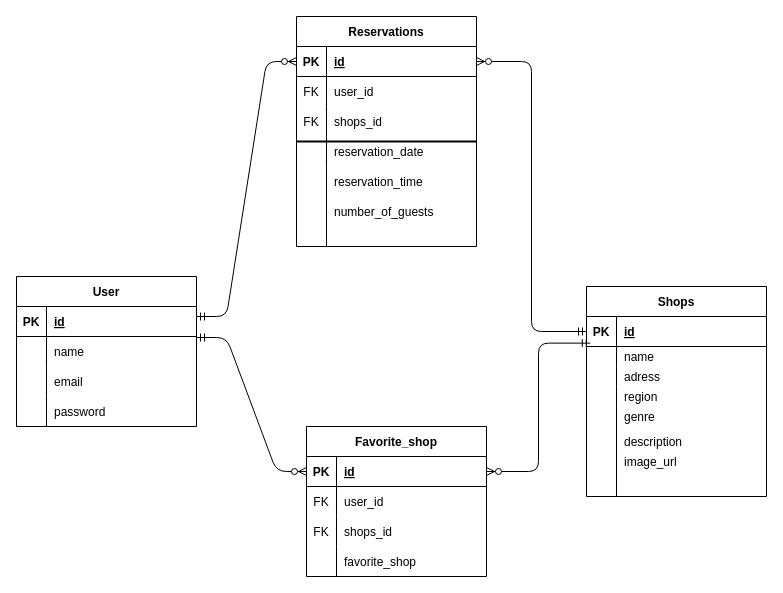
Before: rese.dio in kimi3223/rese, a draw.io diagram. Source tidied: cells renumbered, new cells numbered last; positions are measured from the earlier drawing's top-left corner, leaving out a move shared by most shapes. Both pictures are drawn from the tidied source at 100%, with x=0, y=0 at pixel (16, 16).
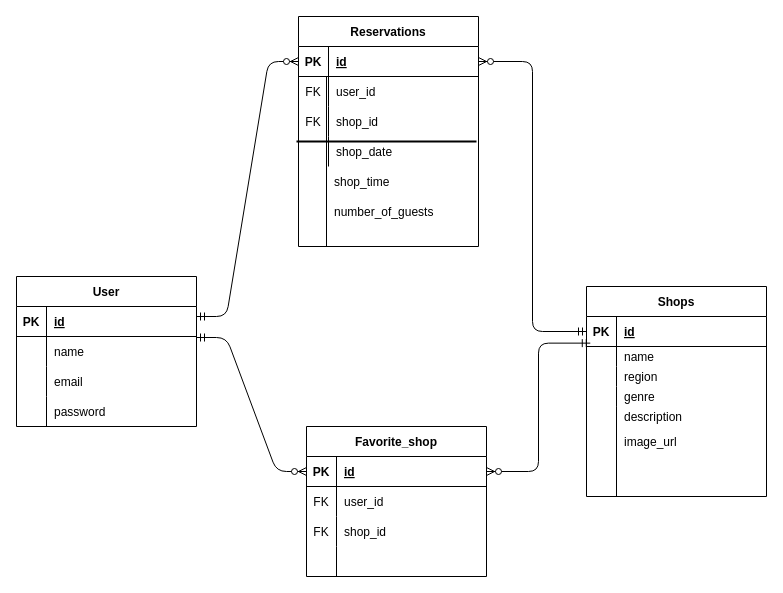
The same diagram, later.

Unchanged cells that the change refers to:
```xml
<mxCell id="22" style="shape=tableRow;horizontal=0;startSize=0;swimlaneHead=0;swimlaneBody=0;fillColor=none;top=0;left=0;right=0;bottom=0;" parent="15" vertex="1">
  <mxGeometry y="80" width="180" height="20" as="geometry" />
</mxCell>
<mxCell id="25" style="shape=tableRow;horizontal=0;startSize=0;swimlaneHead=0;swimlaneBody=0;fillColor=none;top=0;left=0;right=0;bottom=0;" parent="15" vertex="1">
  <mxGeometry y="100" width="180" height="20" as="geometry" />
</mxCell>
<mxCell id="40" style="shape=tableRow;horizontal=0;startSize=0;swimlaneHead=0;swimlaneBody=0;fillColor=none;top=0;left=0;right=0;bottom=0;" parent="33" vertex="1">
  <mxGeometry y="90" width="180" height="30" as="geometry" />
</mxCell>
<mxCell id="43" style="shape=tableRow;horizontal=0;startSize=0;swimlaneHead=0;swimlaneBody=0;fillColor=none;top=0;left=0;right=0;bottom=0;" parent="33" vertex="1">
  <mxGeometry y="120" width="180" height="30" as="geometry" />
</mxCell>
<mxCell id="46" style="shape=tableRow;horizontal=0;startSize=0;swimlaneHead=0;swimlaneBody=0;fillColor=none;top=0;left=0;right=0;bottom=0;" parent="1" vertex="1">
  <mxGeometry x="280" y="150" width="180" height="30" as="geometry" />
</mxCell>
<mxCell id="65" style="shape=tableRow;horizontal=0;startSize=0;swimlaneHead=0;swimlaneBody=0;fillColor=none;top=0;left=0;right=0;bottom=0;" parent="55" vertex="1">
  <mxGeometry y="120" width="180" height="30" as="geometry" />
</mxCell>
```

Change to the diagram source:
```diff
@@
-    <mxCell id="24" value="adress" style="shape=partialRectangle;fillColor=none;top=0;left=0;bottom=0;right=0;align=left;spacingLeft=6;overflow=hidden;" parent="22" vertex="1">
+    <mxCell id="24" value="region" style="shape=partialRectangle;fillColor=none;top=0;left=0;bottom=0;right=0;align=left;spacingLeft=6;overflow=hidden;" parent="22" vertex="1">
       <mxGeometry x="30" width="150" height="20" as="geometry" />
     </mxCell>
@@
-    <mxCell id="27" value="region" style="shape=partialRectangle;fillColor=none;top=0;left=0;bottom=0;right=0;align=left;spacingLeft=6;overflow=hidden;" parent="25" vertex="1">
+    <mxCell id="27" value="genre" style="shape=partialRectangle;fillColor=none;top=0;left=0;bottom=0;right=0;align=left;spacingLeft=6;overflow=hidden;" parent="25" vertex="1">
       <mxGeometry x="30" width="150" height="20" as="geometry" />
     </mxCell>
@@
-    <mxCell id="32" value="image_url" style="shape=partialRectangle;fillColor=none;top=0;left=0;bottom=0;right=0;align=left;spacingLeft=6;overflow=hidden;" parent="1" vertex="1">
-      <mxGeometry x="600" y="430" width="150" height="30" as="geometry" />
-    </mxCell>
     <mxCell id="33" value="Reservations" style="shape=table;startSize=30;childLayout=tableLayout;rowLines=0;fontStyle=1;align=center;" parent="1" vertex="1">
-      <mxGeometry x="280" width="180" height="230" as="geometry" />
+      <mxGeometry x="282" width="180" height="230" as="geometry" />
     </mxCell>
@@
-    <mxCell id="42" value="shops_id" style="shape=partialRectangle;fillColor=none;top=0;left=0;bottom=0;right=0;align=left;spacingLeft=6;overflow=hidden;" parent="40" vertex="1">
+    <mxCell id="42" value="shop_id" style="shape=partialRectangle;fillColor=none;top=0;left=0;bottom=0;right=0;align=left;spacingLeft=6;overflow=hidden;" parent="40" vertex="1">
       <mxGeometry x="30" width="150" height="30" as="geometry" />
     </mxCell>
@@
-    <mxCell id="45" value="reservation_date" style="shape=partialRectangle;fillColor=none;top=0;left=0;bottom=0;right=0;align=left;spacingLeft=6;overflow=hidden;" parent="43" vertex="1">
+    <mxCell id="45" value="shop_date" style="shape=partialRectangle;fillColor=none;top=0;left=0;bottom=0;right=0;align=left;spacingLeft=6;overflow=hidden;" parent="43" vertex="1">
       <mxGeometry x="30" width="150" height="30" as="geometry" />
     </mxCell>
@@
-    <mxCell id="48" value="reservation_time" style="shape=partialRectangle;fillColor=none;top=0;left=0;bottom=0;right=0;align=left;spacingLeft=6;overflow=hidden;" parent="46" vertex="1">
-      <mxGeometry x="30" width="150" height="30" as="geometry" />
-    </mxCell>
@@
-    <mxCell id="53" style="endArrow=none;html=1;rounded=0;" parent="1" edge="1">
-      <mxGeometry relative="1" as="geometry">
-        <mxPoint x="310" y="150" as="sourcePoint" />
-        <mxPoint x="310" y="230" as="targetPoint" />
-      </mxGeometry>
-    </mxCell>
@@
-    <mxCell id="67" value="favorite_shop" style="shape=partialRectangle;fillColor=none;top=0;left=0;bottom=0;right=0;align=left;spacingLeft=6;overflow=hidden;" parent="65" vertex="1">
+    <mxCell id="67" style="shape=partialRectangle;fillColor=none;top=0;left=0;bottom=0;right=0;align=left;spacingLeft=6;overflow=hidden;" parent="65" vertex="1">
       <mxGeometry x="30" width="150" height="30" as="geometry" />
     </mxCell>
@@
-    <mxCell id="69" value="shops_id" style="shape=partialRectangle;fillColor=none;top=0;left=0;bottom=0;right=0;align=left;spacingLeft=6;overflow=hidden;" parent="1" vertex="1">
+    <mxCell id="69" value="shop_id" style="shape=partialRectangle;fillColor=none;top=0;left=0;bottom=0;right=0;align=left;spacingLeft=6;overflow=hidden;" parent="1" vertex="1">
       <mxGeometry x="320" y="500" width="150" height="30" as="geometry" />
     </mxCell>
@@
-    <mxCell id="71" value="genre" style="shape=partialRectangle;fillColor=none;top=0;left=0;bottom=0;right=0;align=left;spacingLeft=6;overflow=hidden;" parent="1" vertex="1">
+    <mxCell id="71" value="description" style="shape=partialRectangle;fillColor=none;top=0;left=0;bottom=0;right=0;align=left;spacingLeft=6;overflow=hidden;" parent="1" vertex="1">
       <mxGeometry x="600" y="390" width="150" height="20" as="geometry" />
     </mxCell>
-    <mxCell id="72" value="description" style="shape=partialRectangle;fillColor=none;top=0;left=0;bottom=0;right=0;align=left;spacingLeft=6;overflow=hidden;" parent="1" vertex="1">
+    <mxCell id="72" value="image_url" style="shape=partialRectangle;fillColor=none;top=0;left=0;bottom=0;right=0;align=left;spacingLeft=6;overflow=hidden;" parent="1" vertex="1">
       <mxGeometry x="600" y="410" width="150" height="30" as="geometry" />
     </mxCell>
@@
+    <mxCell id="76" value="shop_time" style="shape=partialRectangle;fillColor=none;top=0;left=0;bottom=0;right=0;align=left;spacingLeft=6;overflow=hidden;" parent="1" vertex="1">
+      <mxGeometry x="310" y="150" width="150" height="30" as="geometry" />
+    </mxCell>
+    <mxCell id="77" style="shape=crossbar;whiteSpace=wrap;html=1;rounded=1;direction=south;" parent="1" vertex="1">
+      <mxGeometry x="300" y="60" width="20" height="170" as="geometry" />
+    </mxCell>
```
